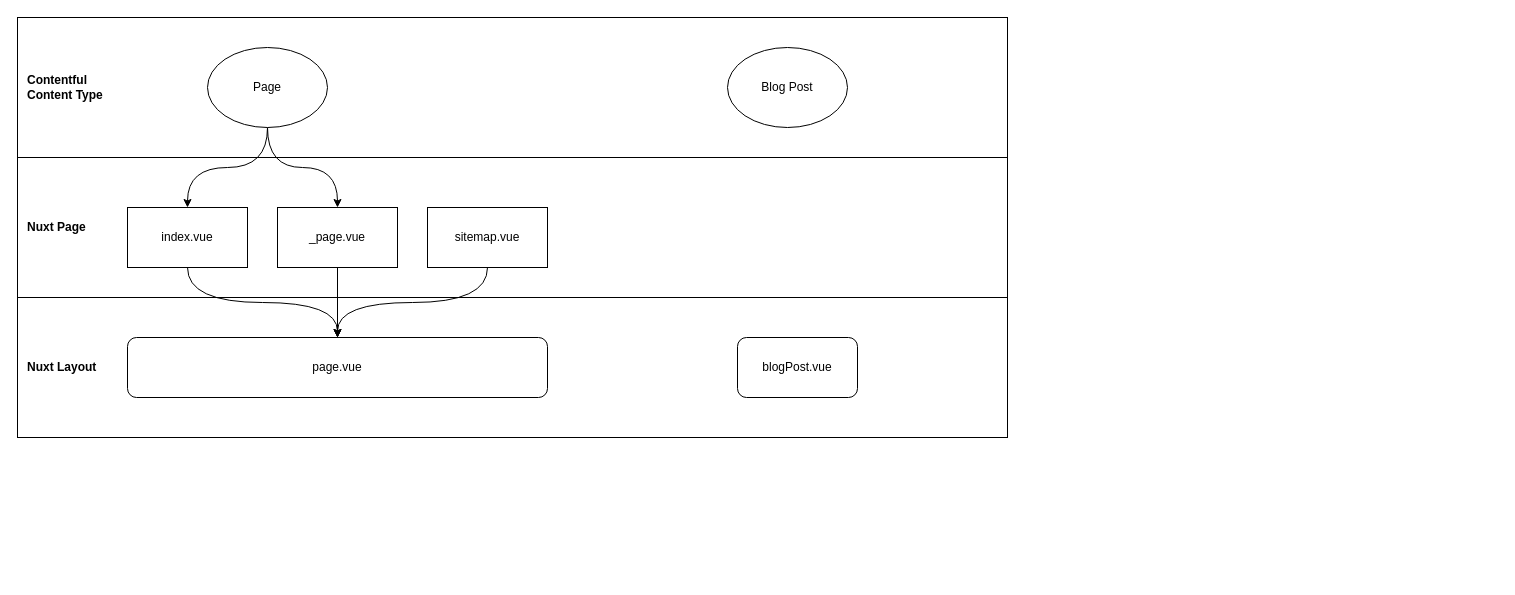
spacebetweentherapy/website keeps this draw.io diagram as page "Content types mapped to Nuxt pages" (3 of 3) of doc/overview.drawio. Above is the earlier version. Source tidied: cells renumbered, new cells numbered last; positions are measured from the earlier drawing's top-left corner, leaving out a move shared by most shapes. Both pictures are drawn from the tidied source at 100%, with x=0, y=0 at pixel (17, 17).
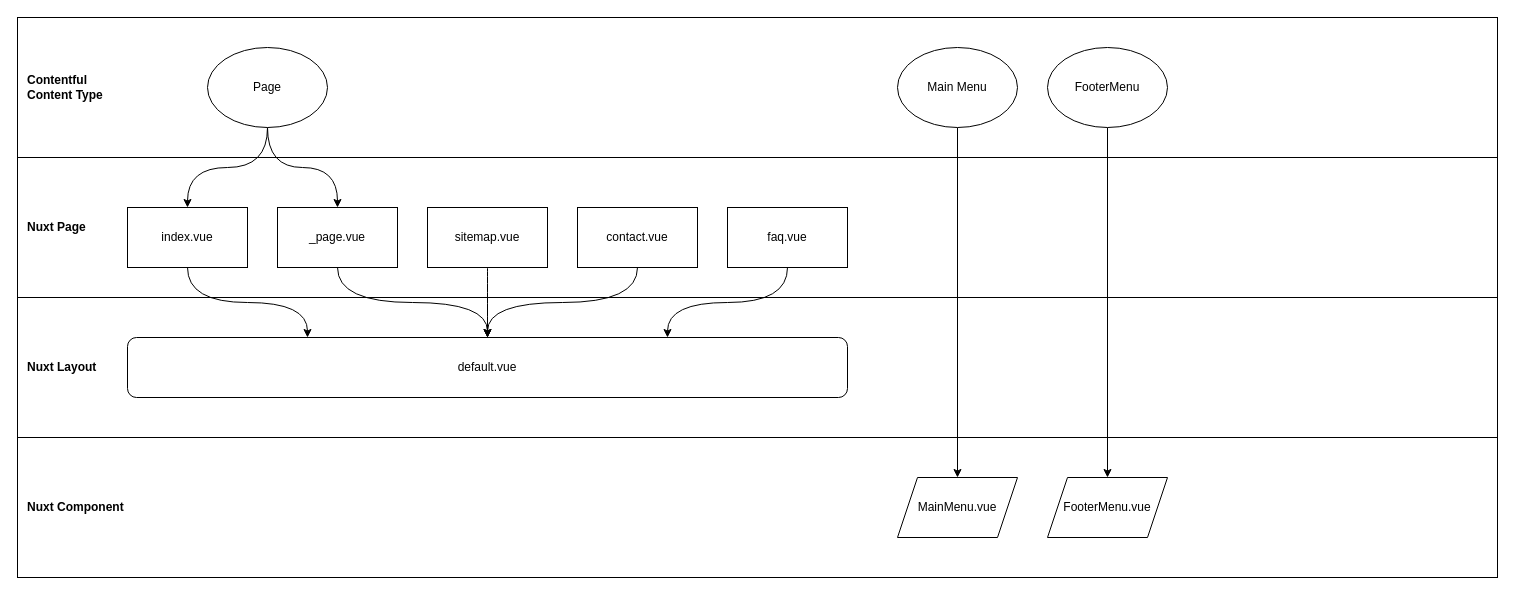
Above is the later version.

The change refers to these unchanged cells:
```xml
<mxCell id="8" value="index.vue" style="rounded=0;whiteSpace=wrap;html=1;" parent="1" vertex="1">
  <mxGeometry x="110" y="190" width="120" height="60" as="geometry" />
</mxCell>
<mxCell id="10" value="sitemap.vue" style="rounded=0;whiteSpace=wrap;html=1;" parent="1" vertex="1">
  <mxGeometry x="410" y="190" width="120" height="60" as="geometry" />
</mxCell>
<mxCell id="12" value="_page.vue" style="rounded=0;whiteSpace=wrap;html=1;" parent="1" vertex="1">
  <mxGeometry x="260" y="190" width="120" height="60" as="geometry" />
</mxCell>
```

Diff of the diagram source:
```diff
@@
+    <mxCell id="17" value="Nuxt Component" style="rounded=0;whiteSpace=wrap;html=1;align=left;fontStyle=1;spacing=10;" parent="1" vertex="1">
+      <mxGeometry y="420" width="1480" height="140" as="geometry" />
+    </mxCell>
     <mxCell id="2" value="Contentful&lt;br&gt;Content Type" style="rounded=0;whiteSpace=wrap;html=1;align=left;fontStyle=1;spacing=10;" parent="1" vertex="1">
-      <mxGeometry width="990" height="140" as="geometry" />
+      <mxGeometry width="1480" height="140" as="geometry" />
     </mxCell>
     <mxCell id="3" value="Nuxt Layout" style="rounded=0;whiteSpace=wrap;html=1;align=left;fontStyle=1;spacing=10;" parent="1" vertex="1">
-      <mxGeometry y="280" width="990" height="140" as="geometry" />
+      <mxGeometry y="280" width="1480" height="140" as="geometry" />
     </mxCell>
     <mxCell id="4" value="Nuxt Page" style="rounded=0;whiteSpace=wrap;html=1;align=left;fontStyle=1;spacing=10;" parent="1" vertex="1">
-      <mxGeometry y="140" width="990" height="140" as="geometry" />
+      <mxGeometry y="140" width="1480" height="140" as="geometry" />
     </mxCell>
@@
-    <mxCell id="7" style="edgeStyle=orthogonalEdgeStyle;jettySize=auto;html=1;curved=1;" parent="1" edge="1" source="8" target="13">
+    <mxCell id="7" style="edgeStyle=orthogonalEdgeStyle;jettySize=auto;html=1;curved=1;exitX=0.5;exitY=1;exitDx=0;exitDy=0;entryX=0.25;entryY=0;entryDx=0;entryDy=0;" parent="1" edge="1" source="8" target="13">
       <mxGeometry relative="1" as="geometry" />
     </mxCell>
@@
-    <mxCell id="9" style="edgeStyle=orthogonalEdgeStyle;jettySize=auto;html=1;curved=1;" parent="1" edge="1" source="10" target="13">
+    <mxCell id="9" style="edgeStyle=orthogonalEdgeStyle;jettySize=auto;html=1;curved=1;exitX=0.5;exitY=1;exitDx=0;exitDy=0;" parent="1" edge="1" source="10" target="13">
       <mxGeometry relative="1" as="geometry" />
     </mxCell>
@@
-    <mxCell id="11" style="edgeStyle=orthogonalEdgeStyle;rounded=0;jettySize=auto;html=1;" parent="1" edge="1" source="12" target="13">
+    <mxCell id="11" style="edgeStyle=orthogonalEdgeStyle;jettySize=auto;html=1;curved=1;" parent="1" edge="1" source="12" target="13">
       <mxGeometry relative="1" as="geometry" />
     </mxCell>
@@
-    <mxCell id="13" value="page.vue" style="rounded=1;whiteSpace=wrap;html=1;" parent="1" vertex="1">
-      <mxGeometry x="110" y="320" width="420" height="60" as="geometry" />
+    <mxCell id="13" value="default.vue" style="rounded=1;whiteSpace=wrap;html=1;" parent="1" vertex="1">
+      <mxGeometry x="110" y="320" width="720" height="60" as="geometry" />
     </mxCell>
-    <mxCell id="14" value="blogPost.vue" style="rounded=1;whiteSpace=wrap;html=1;" parent="1" vertex="1">
-      <mxGeometry x="720" y="320" width="120" height="60" as="geometry" />
-    </mxCell>
@@
+    <mxCell id="18" style="edgeStyle=orthogonalEdgeStyle;rounded=0;jettySize=auto;html=1;" parent="1" edge="1" source="16" target="21">
+      <mxGeometry relative="1" as="geometry" />
+    </mxCell>
-    <mxCell id="16" value="Blog Post" style="ellipse;whiteSpace=wrap;html=1;align=center;" parent="1" vertex="1">
-      <mxGeometry x="710" y="30" width="120" height="80" as="geometry" />
+    <mxCell id="16" value="Main Menu" style="ellipse;whiteSpace=wrap;html=1;align=center;" parent="1" vertex="1">
+      <mxGeometry x="880" y="30" width="120" height="80" as="geometry" />
     </mxCell>
+    <mxCell id="19" value="contact.vue" style="rounded=0;whiteSpace=wrap;html=1;" parent="1" vertex="1">
+      <mxGeometry x="560" y="190" width="120" height="60" as="geometry" />
+    </mxCell>
+    <mxCell id="20" style="edgeStyle=orthogonalEdgeStyle;jettySize=auto;html=1;curved=1;exitX=0.5;exitY=1;exitDx=0;exitDy=0;entryX=0.5;entryY=0;entryDx=0;entryDy=0;" parent="1" edge="1" source="19" target="13">
+      <mxGeometry relative="1" as="geometry" />
+    </mxCell>
+    <mxCell id="21" value="MainMenu.vue" style="shape=parallelogram;perimeter=parallelogramPerimeter;whiteSpace=wrap;html=1;fixedSize=1;" parent="1" vertex="1">
+      <mxGeometry x="880" y="460" width="120" height="60" as="geometry" />
+    </mxCell>
+    <mxCell id="22" style="edgeStyle=orthogonalEdgeStyle;rounded=0;jettySize=auto;html=1;" parent="1" edge="1" source="23" target="24">
+      <mxGeometry relative="1" as="geometry" />
+    </mxCell>
+    <mxCell id="23" value="FooterMenu" style="ellipse;whiteSpace=wrap;html=1;align=center;" parent="1" vertex="1">
+      <mxGeometry x="1030" y="30" width="120" height="80" as="geometry" />
+    </mxCell>
+    <mxCell id="24" value="FooterMenu.vue" style="shape=parallelogram;perimeter=parallelogramPerimeter;whiteSpace=wrap;html=1;fixedSize=1;" parent="1" vertex="1">
+      <mxGeometry x="1030" y="460" width="120" height="60" as="geometry" />
+    </mxCell>
+    <mxCell id="25" value="faq.vue" style="rounded=0;whiteSpace=wrap;html=1;" parent="1" vertex="1">
+      <mxGeometry x="710" y="190" width="120" height="60" as="geometry" />
+    </mxCell>
+    <mxCell id="26" style="edgeStyle=orthogonalEdgeStyle;jettySize=auto;html=1;curved=1;exitX=0.5;exitY=1;exitDx=0;exitDy=0;entryX=0.75;entryY=0;entryDx=0;entryDy=0;" parent="1" edge="1" source="25" target="13">
+      <mxGeometry relative="1" as="geometry" />
+    </mxCell>
```
